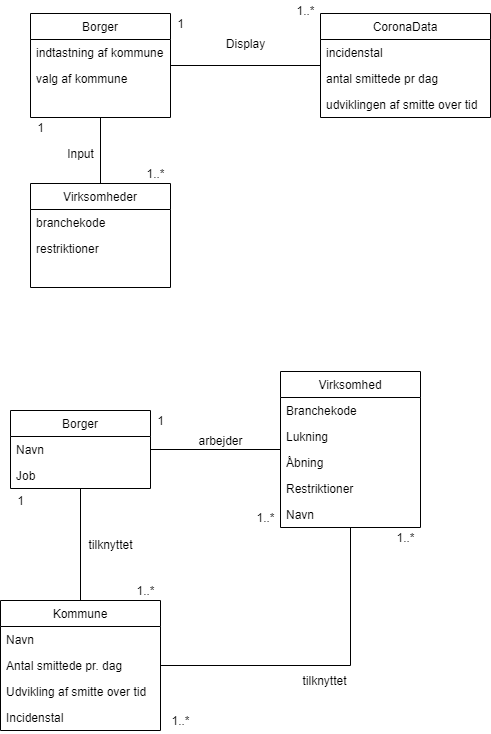
Earlier version of the draw.io export Filer/Domaenemodel.png (liam1523/WPF-1semGruppe5). Source tidied: cells renumbered, new cells last; positions are measured from the earlier drawing's top-left corner, leaving out a move shared by most shapes.
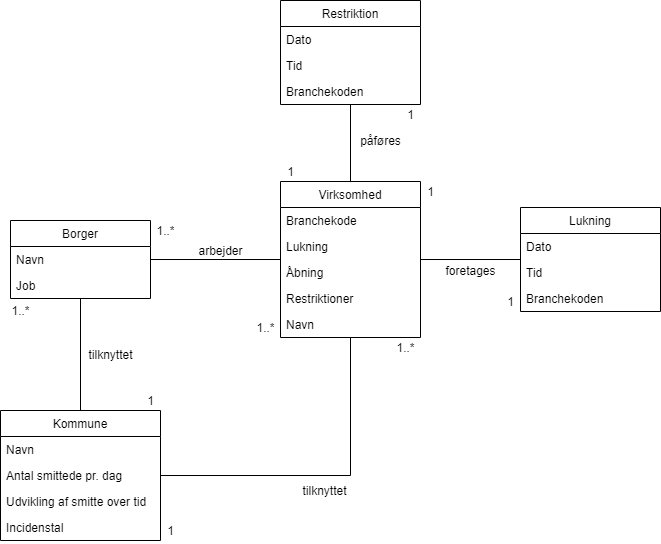
After the commit.

What changed in the source:
```diff
@@ -2,66 +2,6 @@
   <root>
     <mxCell id="0" />
     <mxCell id="1" parent="0" />
-    <mxCell id="2" style="edgeStyle=orthogonalEdgeStyle;rounded=0;jettySize=auto;html=1;endArrow=none;endFill=0;" parent="1" edge="1" source="3" target="7">
-      <mxGeometry relative="1" as="geometry" />
-    </mxCell>
-    <mxCell id="3" value="Borger" style="swimlane;fontStyle=0;horizontal=1;startSize=26;fillColor=none;" parent="1" vertex="1">
-      <mxGeometry x="30" y="13" width="140" height="104" as="geometry" />
-    </mxCell>
-    <mxCell id="4" value="indtastning af kommune" style="text;strokeColor=none;fillColor=none;align=left;verticalAlign=top;spacingLeft=4;spacingRight=4;overflow=hidden;" parent="3" vertex="1">
-      <mxGeometry y="26" width="140" height="26" as="geometry" />
-    </mxCell>
-    <mxCell id="5" value="valg af kommune" style="text;strokeColor=none;fillColor=none;align=left;verticalAlign=top;spacingLeft=4;spacingRight=4;overflow=hidden;" parent="3" vertex="1">
-      <mxGeometry y="52" width="140" height="26" as="geometry" />
-    </mxCell>
-    <mxCell id="6" value=" " style="text;strokeColor=none;fillColor=none;align=left;verticalAlign=top;spacingLeft=4;spacingRight=4;overflow=hidden;" parent="3" vertex="1">
-      <mxGeometry y="78" width="140" height="26" as="geometry" />
-    </mxCell>
-    <mxCell id="7" value="CoronaData" style="swimlane;fontStyle=0;horizontal=1;startSize=26;fillColor=none;" parent="1" vertex="1">
-      <mxGeometry x="320" y="13" width="170" height="104" as="geometry" />
-    </mxCell>
-    <mxCell id="8" value="incidenstal" style="text;strokeColor=none;fillColor=none;align=left;verticalAlign=top;spacingLeft=4;spacingRight=4;overflow=hidden;" parent="7" vertex="1">
-      <mxGeometry y="26" width="170" height="26" as="geometry" />
-    </mxCell>
-    <mxCell id="9" value="antal smittede pr dag" style="text;strokeColor=none;fillColor=none;align=left;verticalAlign=top;spacingLeft=4;spacingRight=4;overflow=hidden;" parent="7" vertex="1">
-      <mxGeometry y="52" width="170" height="26" as="geometry" />
-    </mxCell>
-    <mxCell id="10" value="udviklingen af smitte over tid" style="text;strokeColor=none;fillColor=none;align=left;verticalAlign=top;spacingLeft=4;spacingRight=4;overflow=hidden;" parent="7" vertex="1">
-      <mxGeometry y="78" width="170" height="26" as="geometry" />
-    </mxCell>
-    <mxCell id="11" style="edgeStyle=orthogonalEdgeStyle;rounded=0;jettySize=auto;html=1;endArrow=none;endFill=0;" parent="1" edge="1" source="12" target="3">
-      <mxGeometry relative="1" as="geometry" />
-    </mxCell>
-    <mxCell id="12" value="Virksomheder" style="swimlane;fontStyle=0;horizontal=1;startSize=26;fillColor=none;" parent="1" vertex="1">
-      <mxGeometry x="30" y="183" width="140" height="104" as="geometry" />
-    </mxCell>
-    <mxCell id="13" value="branchekode" style="text;strokeColor=none;fillColor=none;align=left;verticalAlign=top;spacingLeft=4;spacingRight=4;overflow=hidden;" parent="12" vertex="1">
-      <mxGeometry y="26" width="140" height="26" as="geometry" />
-    </mxCell>
-    <mxCell id="14" value="restriktioner" style="text;strokeColor=none;fillColor=none;align=left;verticalAlign=top;spacingLeft=4;spacingRight=4;overflow=hidden;" parent="12" vertex="1">
-      <mxGeometry y="52" width="140" height="26" as="geometry" />
-    </mxCell>
-    <mxCell id="15" value=" " style="text;strokeColor=none;fillColor=none;align=left;verticalAlign=top;spacingLeft=4;spacingRight=4;overflow=hidden;" parent="12" vertex="1">
-      <mxGeometry y="78" width="140" height="26" as="geometry" />
-    </mxCell>
-    <mxCell id="16" value="1" style="text;html=1;align=center;verticalAlign=middle;" parent="1" vertex="1">
-      <mxGeometry x="170" y="13" width="20" height="20" as="geometry" />
-    </mxCell>
-    <mxCell id="17" value="1" style="text;html=1;align=center;verticalAlign=middle;" parent="1" vertex="1">
-      <mxGeometry x="30" y="117" width="20" height="20" as="geometry" />
-    </mxCell>
-    <mxCell id="18" value="1..*" style="text;html=1;align=center;verticalAlign=middle;" parent="1" vertex="1">
-      <mxGeometry x="140" y="163" width="30" height="20" as="geometry" />
-    </mxCell>
-    <mxCell id="19" value="1..*" style="text;html=1;align=center;verticalAlign=middle;" parent="1" vertex="1">
-      <mxGeometry x="290" width="30" height="20" as="geometry" />
-    </mxCell>
-    <mxCell id="20" value="Display" style="text;html=1;align=center;verticalAlign=middle;" parent="1" vertex="1">
-      <mxGeometry x="220" y="33" width="50" height="20" as="geometry" />
-    </mxCell>
-    <mxCell id="21" value="Input" style="text;html=1;align=center;verticalAlign=middle;" parent="1" vertex="1">
-      <mxGeometry x="60" y="143" width="40" height="20" as="geometry" />
-    </mxCell>
     <mxCell id="22" style="edgeStyle=orthogonalEdgeStyle;rounded=0;jettySize=auto;html=1;exitX=0.5;exitY=1;exitDx=0;exitDy=0;entryX=0.5;entryY=0;entryDx=0;entryDy=0;endArrow=none;endFill=0;" parent="1" edge="1" source="23" target="27">
       <mxGeometry relative="1" as="geometry" />
     </mxCell>
@@ -92,6 +32,12 @@
     <mxCell id="31" value="Incidenstal" style="text;strokeColor=none;fillColor=none;align=left;verticalAlign=top;spacingLeft=4;spacingRight=4;overflow=hidden;" parent="27" vertex="1">
       <mxGeometry y="104" width="160" height="26" as="geometry" />
     </mxCell>
+    <mxCell id="48" style="edgeStyle=orthogonalEdgeStyle;rounded=0;jettySize=auto;html=1;endArrow=none;endFill=0;" parent="1" edge="1" source="32" target="50">
+      <mxGeometry relative="1" as="geometry" />
+    </mxCell>
+    <mxCell id="49" style="edgeStyle=orthogonalEdgeStyle;rounded=0;jettySize=auto;html=1;endArrow=none;endFill=0;" parent="1" edge="1" source="32" target="54">
+      <mxGeometry relative="1" as="geometry" />
+    </mxCell>
     <mxCell id="32" value="Virksomhed" style="swimlane;fontStyle=0;horizontal=1;startSize=26;fillColor=none;" parent="1" vertex="1">
       <mxGeometry x="280" y="371" width="140" height="156" as="geometry" />
     </mxCell>
@@ -113,20 +59,20 @@
     <mxCell id="38" style="edgeStyle=orthogonalEdgeStyle;rounded=0;jettySize=auto;html=1;endArrow=none;endFill=0;" parent="1" edge="1" source="24" target="32">
       <mxGeometry relative="1" as="geometry" />
     </mxCell>
-    <mxCell id="39" value="1" style="text;html=1;align=center;verticalAlign=middle;" parent="1" vertex="1">
-      <mxGeometry x="150" y="410" width="20" height="20" as="geometry" />
+    <mxCell id="39" value="1..*" style="text;html=1;align=center;verticalAlign=middle;" parent="1" vertex="1">
+      <mxGeometry x="150" y="410" width="30" height="20" as="geometry" />
     </mxCell>
     <mxCell id="40" value="1..*" style="text;html=1;align=center;verticalAlign=middle;" parent="1" vertex="1">
       <mxGeometry x="250" y="507" width="30" height="20" as="geometry" />
     </mxCell>
-    <mxCell id="41" value="1" style="text;html=1;align=center;verticalAlign=middle;" parent="1" vertex="1">
-      <mxGeometry x="10" y="490" width="20" height="20" as="geometry" />
+    <mxCell id="41" value="1..*" style="text;html=1;align=center;verticalAlign=middle;" parent="1" vertex="1">
+      <mxGeometry x="5" y="490" width="30" height="20" as="geometry" />
     </mxCell>
-    <mxCell id="42" value="1..*" style="text;html=1;align=center;verticalAlign=middle;" parent="1" vertex="1">
-      <mxGeometry x="130" y="580" width="30" height="20" as="geometry" />
+    <mxCell id="42" value="1" style="text;html=1;align=center;verticalAlign=middle;" parent="1" vertex="1">
+      <mxGeometry x="140" y="580" width="20" height="20" as="geometry" />
     </mxCell>
-    <mxCell id="43" value="1..*" style="text;html=1;align=center;verticalAlign=middle;" parent="1" vertex="1">
-      <mxGeometry x="165" y="710" width="30" height="20" as="geometry" />
+    <mxCell id="43" value="1" style="text;html=1;align=center;verticalAlign=middle;" parent="1" vertex="1">
+      <mxGeometry x="160" y="710" width="20" height="20" as="geometry" />
     </mxCell>
     <mxCell id="44" value="1..*" style="text;html=1;align=center;verticalAlign=middle;" parent="1" vertex="1">
       <mxGeometry x="390" y="527" width="30" height="20" as="geometry" />
@@ -140,5 +86,47 @@
     <mxCell id="47" value="arbejder" style="text;html=1;align=center;verticalAlign=middle;" parent="1" vertex="1">
       <mxGeometry x="190" y="430" width="60" height="20" as="geometry" />
     </mxCell>
+    <mxCell id="50" value="Restriktion" style="swimlane;fontStyle=0;horizontal=1;startSize=26;fillColor=none;" parent="1" vertex="1">
+      <mxGeometry x="280" y="190" width="140" height="104" as="geometry" />
+    </mxCell>
+    <mxCell id="51" value="Dato" style="text;strokeColor=none;fillColor=none;align=left;verticalAlign=top;spacingLeft=4;spacingRight=4;overflow=hidden;" parent="50" vertex="1">
+      <mxGeometry y="26" width="140" height="26" as="geometry" />
+    </mxCell>
+    <mxCell id="52" value="Tid" style="text;strokeColor=none;fillColor=none;align=left;verticalAlign=top;spacingLeft=4;spacingRight=4;overflow=hidden;" parent="50" vertex="1">
+      <mxGeometry y="52" width="140" height="26" as="geometry" />
+    </mxCell>
+    <mxCell id="53" value="Branchekoden" style="text;strokeColor=none;fillColor=none;align=left;verticalAlign=top;spacingLeft=4;spacingRight=4;overflow=hidden;" parent="50" vertex="1">
+      <mxGeometry y="78" width="140" height="26" as="geometry" />
+    </mxCell>
+    <mxCell id="54" value="Lukning" style="swimlane;fontStyle=0;horizontal=1;startSize=26;fillColor=none;" parent="1" vertex="1">
+      <mxGeometry x="520" y="397" width="140" height="104" as="geometry" />
+    </mxCell>
+    <mxCell id="55" value="Dato" style="text;strokeColor=none;fillColor=none;align=left;verticalAlign=top;spacingLeft=4;spacingRight=4;overflow=hidden;" parent="54" vertex="1">
+      <mxGeometry y="26" width="140" height="26" as="geometry" />
+    </mxCell>
+    <mxCell id="56" value="Tid" style="text;strokeColor=none;fillColor=none;align=left;verticalAlign=top;spacingLeft=4;spacingRight=4;overflow=hidden;" parent="54" vertex="1">
+      <mxGeometry y="52" width="140" height="26" as="geometry" />
+    </mxCell>
+    <mxCell id="57" value="Branchekoden" style="text;strokeColor=none;fillColor=none;align=left;verticalAlign=top;spacingLeft=4;spacingRight=4;overflow=hidden;" parent="54" vertex="1">
+      <mxGeometry y="78" width="140" height="26" as="geometry" />
+    </mxCell>
+    <mxCell id="58" value="1" style="text;html=1;align=center;verticalAlign=middle;" parent="1" vertex="1">
+      <mxGeometry x="420" y="371" width="20" height="20" as="geometry" />
+    </mxCell>
+    <mxCell id="59" value="1" style="text;html=1;align=center;verticalAlign=middle;" parent="1" vertex="1">
+      <mxGeometry x="500" y="481" width="20" height="20" as="geometry" />
+    </mxCell>
+    <mxCell id="60" value="1" style="text;html=1;align=center;verticalAlign=middle;" parent="1" vertex="1">
+      <mxGeometry x="400" y="294" width="20" height="20" as="geometry" />
+    </mxCell>
+    <mxCell id="61" value="1" style="text;html=1;align=center;verticalAlign=middle;" parent="1" vertex="1">
+      <mxGeometry x="280" y="351" width="20" height="20" as="geometry" />
+    </mxCell>
+    <mxCell id="62" value="påføres" style="text;html=1;align=center;verticalAlign=middle;" parent="1" vertex="1">
+      <mxGeometry x="350" y="320" width="60" height="20" as="geometry" />
+    </mxCell>
+    <mxCell id="63" value="foretages" style="text;html=1;align=center;verticalAlign=middle;" parent="1" vertex="1">
+      <mxGeometry x="435" y="450" width="70" height="20" as="geometry" />
+    </mxCell>
   </root>
 </mxGraphModel>
```
